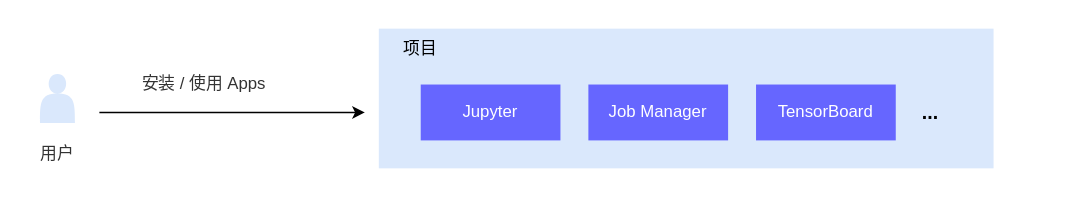
The draw.io diagram src/assets/get-started/concept.drawio.svg in t9k/ucman, before a commit. Source tidied: cells renumbered, new cells last; positions are measured from the earlier drawing's top-left corner, leaving out a move shared by most shapes.
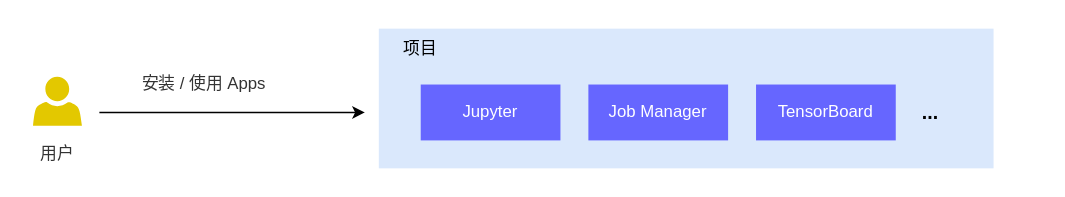
After the change.

Change to the diagram source:
```diff
@@ -20,9 +20,6 @@
     <mxCell id="7" value="项目" style="text;html=1;strokeColor=none;fillColor=none;align=center;verticalAlign=middle;whiteSpace=wrap;rounded=0;dashed=1;" parent="1" vertex="1">
       <mxGeometry x="270" y="20" width="60" height="30" as="geometry" />
     </mxCell>
-    <mxCell id="8" style="shape=actor;whiteSpace=wrap;html=1;fillColor=#dae8fc;strokeColor=none;" parent="1" vertex="1">
-      <mxGeometry x="27.5" y="52.5" width="25" height="35" as="geometry" />
-    </mxCell>
     <mxCell id="9" value="&lt;font style=&quot;font-size: 14px;&quot;&gt;&lt;b&gt;...&lt;/b&gt;&lt;/font&gt;" style="text;html=1;strokeColor=none;fillColor=none;align=center;verticalAlign=middle;whiteSpace=wrap;rounded=0;" parent="1" vertex="1">
       <mxGeometry x="640" y="65" width="50" height="30" as="geometry" />
     </mxCell>
@@ -38,5 +35,8 @@
         <mxPoint x="260" y="80" as="targetPoint" />
       </mxGeometry>
     </mxCell>
+    <mxCell id="13" style="sketch=0;shadow=0;dashed=0;html=1;strokeColor=none;fillColor=#e3c800;labelPosition=center;verticalLabelPosition=bottom;verticalAlign=top;align=center;shape=mxgraph.office.users.user;fontColor=#000000;" parent="1" vertex="1">
+      <mxGeometry x="22.5" y="54.5" width="35" height="35" as="geometry" />
+    </mxCell>
   </root>
 </mxGraphModel>
```
